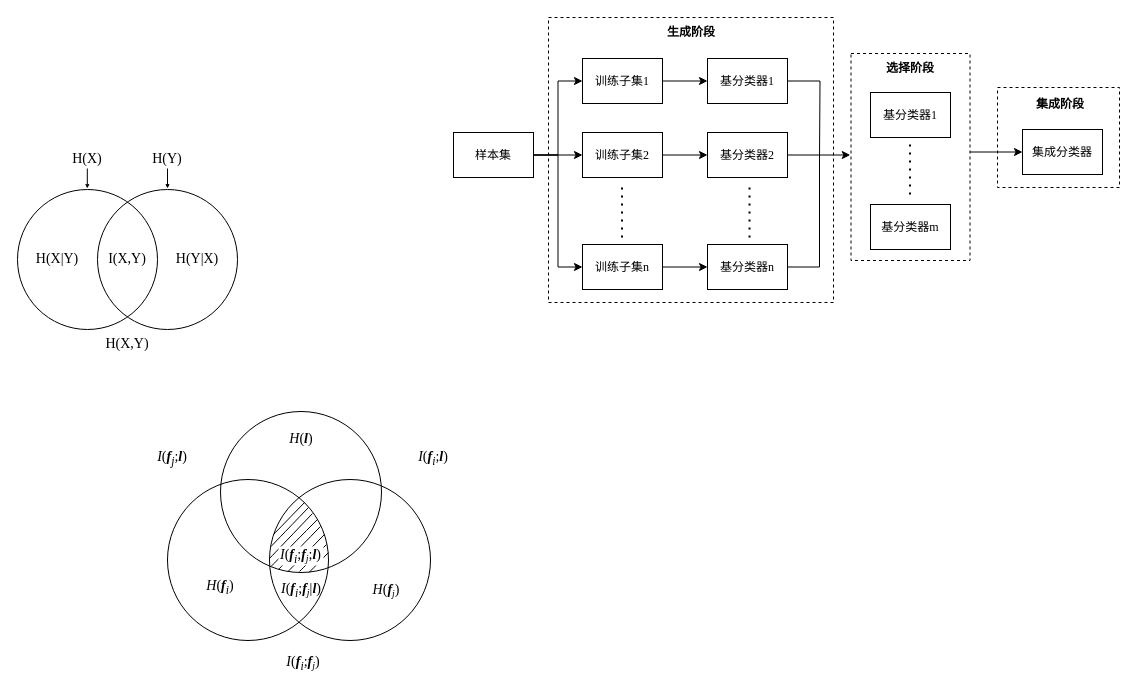
qn-wu/mall keeps this draw.io diagram as mi.drawio. Above is the earlier version. Source tidied: cells renumbered, new cells numbered last; positions are measured from the earlier drawing's top-left corner, leaving out a move shared by most shapes. Both pictures are drawn from the tidied source at 100%, with x=0, y=0 at pixel (17, 17).
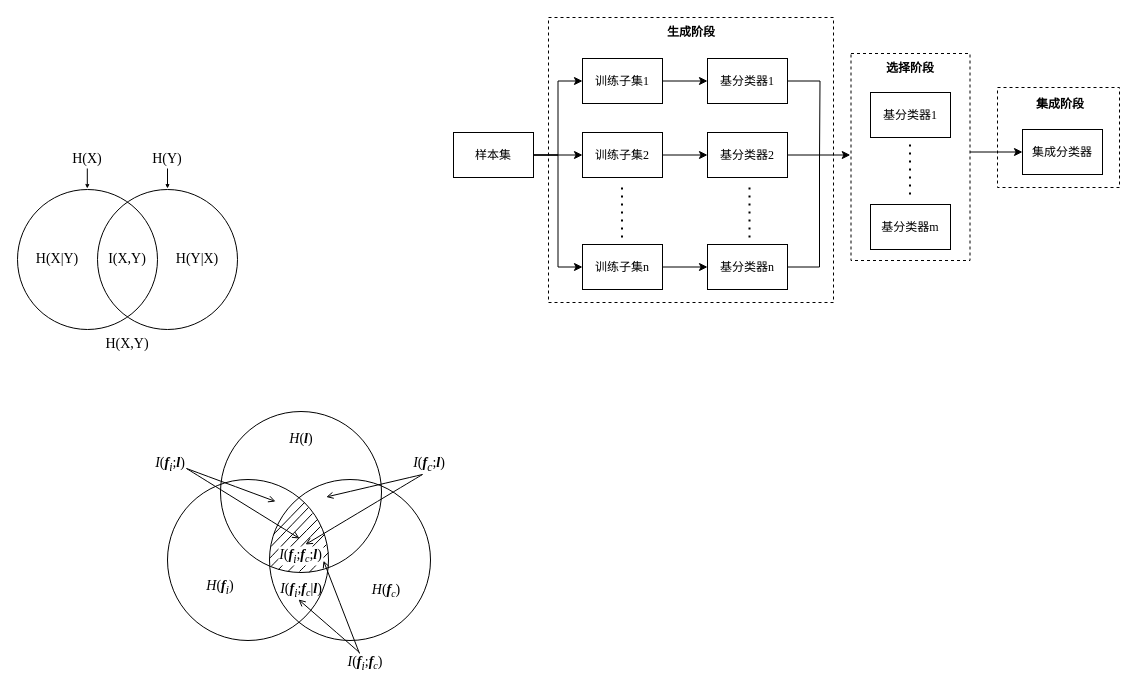
The same page after the edit.

The edit, as a diff of the source:
```diff
@@
+    <mxCell id="18" style="ellipse;whiteSpace=wrap;html=1;fillColor=none;" parent="1" vertex="1">
+      <mxGeometry x="203" y="394" width="161" height="161" as="geometry" />
+    </mxCell>
@@
-    <mxCell id="18" style="ellipse;whiteSpace=wrap;html=1;fillColor=none;" parent="1" vertex="1">
-      <mxGeometry x="203" y="394" width="161" height="161" as="geometry" />
-    </mxCell>
@@
-    <mxCell id="21" value="&lt;font face=&quot;Times New Roman&quot;&gt;&lt;span style=&quot;font-size: 14px&quot;&gt;&lt;i&gt;H&lt;/i&gt;(&lt;/span&gt;&lt;span style=&quot;font-style: italic ; font-weight: bold ; font-size: 14px&quot;&gt;f&lt;/span&gt;&lt;span style=&quot;font-style: italic ; font-size: 11.6667px&quot;&gt;&lt;sub&gt;j&lt;/sub&gt;&lt;/span&gt;&lt;span style=&quot;font-size: 14px&quot;&gt;)&lt;/span&gt;&lt;/font&gt;" style="text;html=1;strokeColor=none;fillColor=none;align=center;verticalAlign=middle;whiteSpace=wrap;rounded=0;" parent="1" vertex="1">
+    <mxCell id="21" value="&lt;font face=&quot;Times New Roman&quot;&gt;&lt;span style=&quot;font-size: 14px&quot;&gt;&lt;i&gt;H&lt;/i&gt;(&lt;/span&gt;&lt;span style=&quot;font-style: italic ; font-weight: bold ; font-size: 14px&quot;&gt;f&lt;/span&gt;&lt;span style=&quot;font-style: italic ; font-size: 11.6667px&quot;&gt;&lt;sub&gt;c&lt;/sub&gt;&lt;/span&gt;&lt;span style=&quot;font-size: 14px&quot;&gt;)&lt;/span&gt;&lt;/font&gt;" style="text;html=1;strokeColor=none;fillColor=none;align=center;verticalAlign=middle;whiteSpace=wrap;rounded=0;" parent="1" vertex="1">
       <mxGeometry x="339" y="558" width="60" height="30" as="geometry" />
     </mxCell>
     <mxCell id="22" value="&lt;font face=&quot;Times New Roman&quot; style=&quot;font-size: 14px&quot;&gt;&lt;i&gt;I&lt;/i&gt;(&lt;b style=&quot;font-style: italic&quot;&gt;f&lt;/b&gt;&lt;sub style=&quot;font-style: italic&quot;&gt;i&lt;/sub&gt;;&lt;i style=&quot;font-weight: bold&quot;&gt;l&lt;/i&gt;)&lt;/font&gt;" style="text;html=1;strokeColor=none;fillColor=none;align=center;verticalAlign=middle;whiteSpace=wrap;rounded=0;" parent="1" vertex="1">
-      <mxGeometry x="386" y="426" width="60" height="30" as="geometry" />
+      <mxGeometry x="123" y="432" width="60" height="30" as="geometry" />
     </mxCell>
-    <mxCell id="23" value="&lt;font face=&quot;Times New Roman&quot; style=&quot;font-size: 14px&quot;&gt;&lt;i&gt;I&lt;/i&gt;(&lt;b style=&quot;font-style: italic&quot;&gt;f&lt;/b&gt;&lt;sub style=&quot;font-style: italic&quot;&gt;j&lt;/sub&gt;;&lt;i style=&quot;font-weight: bold&quot;&gt;l&lt;/i&gt;)&lt;/font&gt;" style="text;html=1;strokeColor=none;fillColor=none;align=center;verticalAlign=middle;whiteSpace=wrap;rounded=0;" parent="1" vertex="1">
-      <mxGeometry x="125" y="426" width="60" height="30" as="geometry" />
+    <mxCell id="23" value="&lt;font face=&quot;Times New Roman&quot; style=&quot;font-size: 14px&quot;&gt;&lt;i&gt;I&lt;/i&gt;(&lt;b style=&quot;font-style: italic&quot;&gt;f&lt;/b&gt;&lt;sub style=&quot;font-style: italic&quot;&gt;c&lt;/sub&gt;;&lt;i style=&quot;font-weight: bold&quot;&gt;l&lt;/i&gt;)&lt;/font&gt;" style="text;html=1;strokeColor=none;fillColor=none;align=center;verticalAlign=middle;whiteSpace=wrap;rounded=0;" parent="1" vertex="1">
+      <mxGeometry x="382" y="432" width="60" height="30" as="geometry" />
     </mxCell>
-    <mxCell id="24" value="&lt;font face=&quot;Times New Roman&quot; style=&quot;font-size: 14px&quot;&gt;&lt;i&gt;I&lt;/i&gt;(&lt;b style=&quot;font-style: italic&quot;&gt;f&lt;/b&gt;&lt;sub style=&quot;font-style: italic&quot;&gt;i&lt;/sub&gt;;&lt;/font&gt;&lt;b style=&quot;font-family: &amp;#34;times new roman&amp;#34; ; font-size: 14px ; font-style: italic&quot;&gt;f&lt;/b&gt;&lt;sub style=&quot;font-family: &amp;#34;times new roman&amp;#34; ; font-style: italic&quot;&gt;j&lt;/sub&gt;&lt;font face=&quot;Times New Roman&quot; style=&quot;font-size: 14px&quot;&gt;)&lt;/font&gt;" style="text;html=1;strokeColor=none;fillColor=none;align=center;verticalAlign=middle;whiteSpace=wrap;rounded=0;" parent="1" vertex="1">
-      <mxGeometry x="256" y="631" width="60" height="30" as="geometry" />
+    <mxCell id="24" value="&lt;font face=&quot;Times New Roman&quot; style=&quot;font-size: 14px&quot;&gt;&lt;i&gt;I&lt;/i&gt;(&lt;b style=&quot;font-style: italic&quot;&gt;f&lt;/b&gt;&lt;sub style=&quot;font-style: italic&quot;&gt;i&lt;/sub&gt;;&lt;/font&gt;&lt;b style=&quot;font-family: &amp;#34;times new roman&amp;#34; ; font-size: 14px ; font-style: italic&quot;&gt;f&lt;/b&gt;&lt;sub style=&quot;font-family: &amp;#34;times new roman&amp;#34; ; font-style: italic&quot;&gt;c&lt;/sub&gt;&lt;font face=&quot;Times New Roman&quot; style=&quot;font-size: 14px&quot;&gt;)&lt;/font&gt;" style="text;html=1;strokeColor=none;fillColor=none;align=center;verticalAlign=middle;whiteSpace=wrap;rounded=0;" parent="1" vertex="1">
+      <mxGeometry x="318" y="631" width="60" height="30" as="geometry" />
     </mxCell>
-    <mxCell id="25" value="&lt;font face=&quot;Times New Roman&quot; style=&quot;font-size: 14px&quot;&gt;&lt;i&gt;I&lt;/i&gt;(&lt;b style=&quot;font-style: italic&quot;&gt;f&lt;/b&gt;&lt;sub style=&quot;font-style: italic&quot;&gt;i&lt;/sub&gt;;&lt;/font&gt;&lt;b style=&quot;font-family: &amp;#34;times new roman&amp;#34; ; font-size: 14px ; font-style: italic&quot;&gt;f&lt;/b&gt;&lt;sub style=&quot;font-family: &amp;#34;times new roman&amp;#34; ; font-style: italic&quot;&gt;j&lt;/sub&gt;&lt;span style=&quot;font-family: &amp;#34;times new roman&amp;#34; ; font-size: 14px&quot;&gt;|&lt;/span&gt;&lt;i style=&quot;font-family: &amp;#34;times new roman&amp;#34; ; font-size: 14px ; font-weight: bold&quot;&gt;l&lt;/i&gt;&lt;font face=&quot;Times New Roman&quot; style=&quot;font-size: 14px&quot;&gt;)&lt;/font&gt;" style="text;html=1;strokeColor=none;fillColor=none;align=center;verticalAlign=middle;whiteSpace=wrap;rounded=0;" parent="1" vertex="1">
+    <mxCell id="25" value="&lt;font face=&quot;Times New Roman&quot; style=&quot;font-size: 14px&quot;&gt;&lt;i&gt;I&lt;/i&gt;(&lt;b style=&quot;font-style: italic&quot;&gt;f&lt;/b&gt;&lt;sub style=&quot;font-style: italic&quot;&gt;i&lt;/sub&gt;;&lt;/font&gt;&lt;b style=&quot;font-family: &amp;#34;times new roman&amp;#34; ; font-size: 14px ; font-style: italic&quot;&gt;f&lt;/b&gt;&lt;sub style=&quot;font-family: &amp;#34;times new roman&amp;#34; ; font-style: italic&quot;&gt;c&lt;/sub&gt;&lt;span style=&quot;font-family: &amp;#34;times new roman&amp;#34; ; font-size: 14px&quot;&gt;|&lt;/span&gt;&lt;i style=&quot;font-family: &amp;#34;times new roman&amp;#34; ; font-size: 14px ; font-weight: bold&quot;&gt;l&lt;/i&gt;&lt;font face=&quot;Times New Roman&quot; style=&quot;font-size: 14px&quot;&gt;)&lt;/font&gt;" style="text;html=1;strokeColor=none;fillColor=none;align=center;verticalAlign=middle;whiteSpace=wrap;rounded=0;" parent="1" vertex="1">
       <mxGeometry x="244.5" y="558" width="78" height="30" as="geometry" />
     </mxCell>
@@
-    <mxCell id="34" value="&lt;font face=&quot;Times New Roman&quot; style=&quot;font-size: 14px&quot;&gt;&lt;i&gt;I&lt;/i&gt;(&lt;b style=&quot;font-style: italic&quot;&gt;f&lt;/b&gt;&lt;sub style=&quot;font-style: italic&quot;&gt;i&lt;/sub&gt;;&lt;/font&gt;&lt;b style=&quot;font-family: &amp;#34;times new roman&amp;#34; ; font-size: 14px ; font-style: italic&quot;&gt;f&lt;/b&gt;&lt;sub style=&quot;font-family: &amp;#34;times new roman&amp;#34; ; font-style: italic&quot;&gt;j&lt;/sub&gt;&lt;span style=&quot;font-family: &amp;#34;times new roman&amp;#34; ; font-size: 14px&quot;&gt;;&lt;/span&gt;&lt;i style=&quot;font-family: &amp;#34;times new roman&amp;#34; ; font-size: 14px ; font-weight: bold&quot;&gt;l&lt;/i&gt;&lt;font face=&quot;Times New Roman&quot; style=&quot;font-size: 14px&quot;&gt;)&lt;/font&gt;" style="text;html=1;strokeColor=none;fillColor=default;align=center;verticalAlign=middle;whiteSpace=wrap;rounded=0;" parent="1" vertex="1">
+    <mxCell id="34" value="&lt;font face=&quot;Times New Roman&quot; style=&quot;font-size: 14px&quot;&gt;&lt;i&gt;I&lt;/i&gt;(&lt;b style=&quot;font-style: italic&quot;&gt;f&lt;/b&gt;&lt;sub style=&quot;font-style: italic&quot;&gt;i&lt;/sub&gt;;&lt;/font&gt;&lt;b style=&quot;font-family: &amp;#34;times new roman&amp;#34; ; font-size: 14px ; font-style: italic&quot;&gt;f&lt;/b&gt;&lt;sub style=&quot;font-family: &amp;#34;times new roman&amp;#34; ; font-style: italic&quot;&gt;c&lt;/sub&gt;&lt;span style=&quot;font-family: &amp;#34;times new roman&amp;#34; ; font-size: 14px&quot;&gt;;&lt;/span&gt;&lt;i style=&quot;font-family: &amp;#34;times new roman&amp;#34; ; font-size: 14px ; font-weight: bold&quot;&gt;l&lt;/i&gt;&lt;font face=&quot;Times New Roman&quot; style=&quot;font-size: 14px&quot;&gt;)&lt;/font&gt;" style="text;html=1;strokeColor=none;fillColor=default;align=center;verticalAlign=middle;whiteSpace=wrap;rounded=0;" parent="1" vertex="1">
       <mxGeometry x="261" y="529" width="45" height="19" as="geometry" />
     </mxCell>
@@
+    <mxCell id="60" style="edgeStyle=none;jettySize=auto;html=1;rounded=0;endArrow=open;startSize=14;endSize=5;sourcePerimeterSpacing=8;targetPerimeterSpacing=8;curved=1;exitX=0.767;exitY=0.633;exitDx=0;exitDy=0;exitPerimeter=0;entryX=0.342;entryY=0.559;entryDx=0;entryDy=0;entryPerimeter=0;strokeWidth=1;" parent="1" edge="1" source="22" target="18">
+      <mxGeometry relative="1" as="geometry" />
+    </mxCell>
+    <mxCell id="61" style="edgeStyle=none;orthogonalLoop=1;jettySize=auto;html=1;rounded=0;endArrow=open;startSize=14;endSize=5;sourcePerimeterSpacing=8;targetPerimeterSpacing=8;curved=1;exitX=0.767;exitY=0.633;exitDx=0;exitDy=0;exitPerimeter=0;" parent="1" edge="1">
+      <mxGeometry relative="1" as="geometry">
+        <mxPoint x="169" y="451" as="sourcePoint" />
+        <mxPoint x="282" y="521" as="targetPoint" />
+      </mxGeometry>
+    </mxCell>
+    <mxCell id="62" style="edgeStyle=none;jettySize=auto;html=1;rounded=0;endArrow=open;startSize=14;endSize=5;sourcePerimeterSpacing=8;targetPerimeterSpacing=8;curved=1;exitX=0.383;exitY=0.833;exitDx=0;exitDy=0;exitPerimeter=0;" parent="1" edge="1" source="23">
+      <mxGeometry relative="1" as="geometry">
+        <mxPoint x="288" y="527" as="targetPoint" />
+      </mxGeometry>
+    </mxCell>
+    <mxCell id="63" style="edgeStyle=none;orthogonalLoop=1;jettySize=auto;html=1;rounded=0;endArrow=open;startSize=14;endSize=5;sourcePerimeterSpacing=8;targetPerimeterSpacing=8;curved=1;exitX=0.383;exitY=0.633;exitDx=0;exitDy=0;exitPerimeter=0;" parent="1" edge="1">
+      <mxGeometry relative="1" as="geometry">
+        <mxPoint x="405" y="457" as="sourcePoint" />
+        <mxPoint x="308.7" y="479.5" as="targetPoint" />
+      </mxGeometry>
+    </mxCell>
+    <mxCell id="64" style="edgeStyle=none;jettySize=auto;html=1;rounded=0;endArrow=open;startSize=14;endSize=5;sourcePerimeterSpacing=8;targetPerimeterSpacing=8;curved=1;entryX=1;entryY=0.75;entryDx=0;entryDy=0;" parent="1" edge="1" target="34">
+      <mxGeometry relative="1" as="geometry">
+        <mxPoint x="342" y="636" as="sourcePoint" />
+      </mxGeometry>
+    </mxCell>
+    <mxCell id="65" style="edgeStyle=none;orthogonalLoop=1;jettySize=auto;html=1;rounded=0;endArrow=open;startSize=14;endSize=5;sourcePerimeterSpacing=8;targetPerimeterSpacing=8;curved=1;entryX=1;entryY=0.75;entryDx=0;entryDy=0;" parent="1" edge="1">
+      <mxGeometry relative="1" as="geometry">
+        <mxPoint x="342" y="635" as="sourcePoint" />
+        <mxPoint x="281" y="582" as="targetPoint" />
+      </mxGeometry>
+    </mxCell>
```
